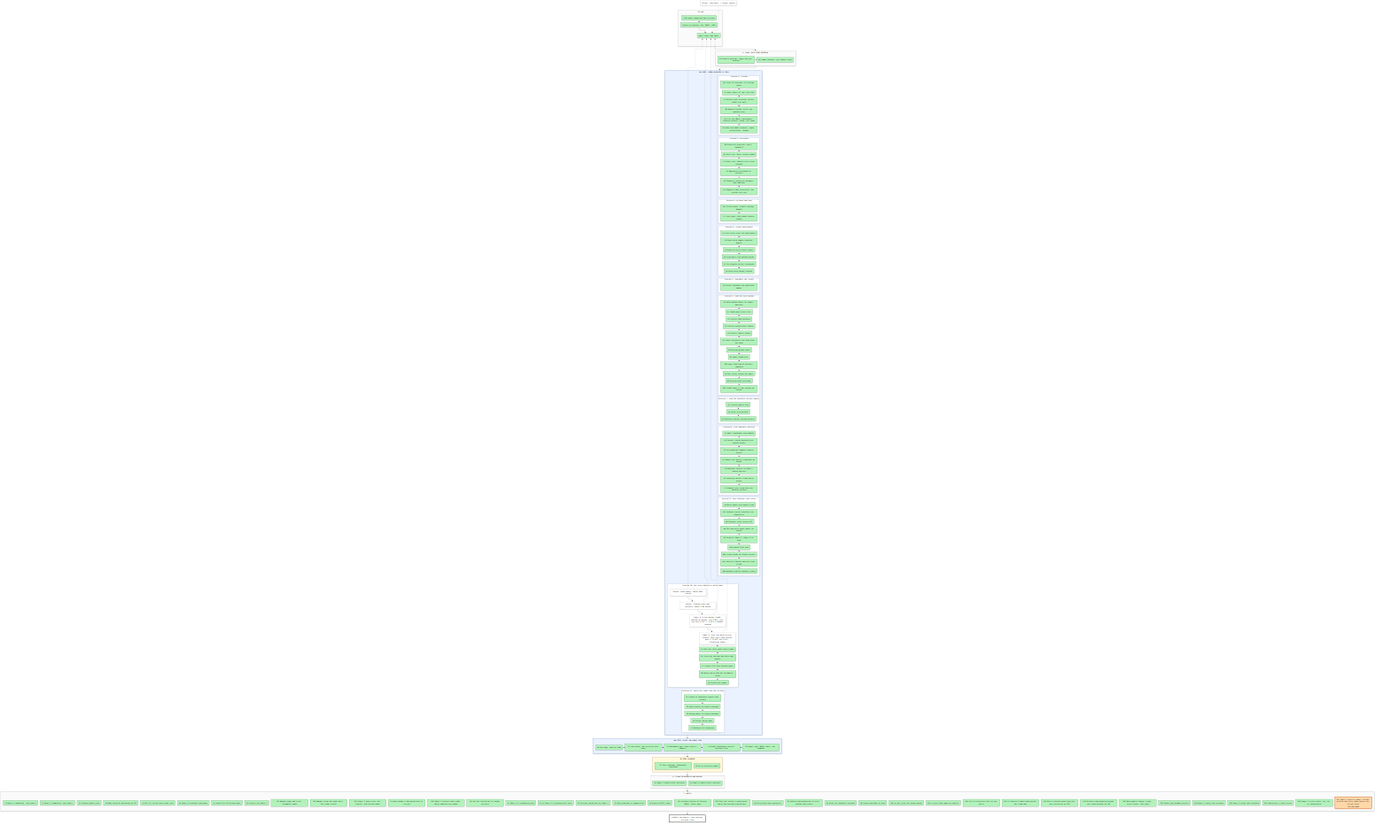
Before: artifacts/notes/progress/map.png, a diagram exported from Mermaid (mo-rsa24/concept-composition). Its source is kept beside it as artifacts/notes/progress/map.mmd.
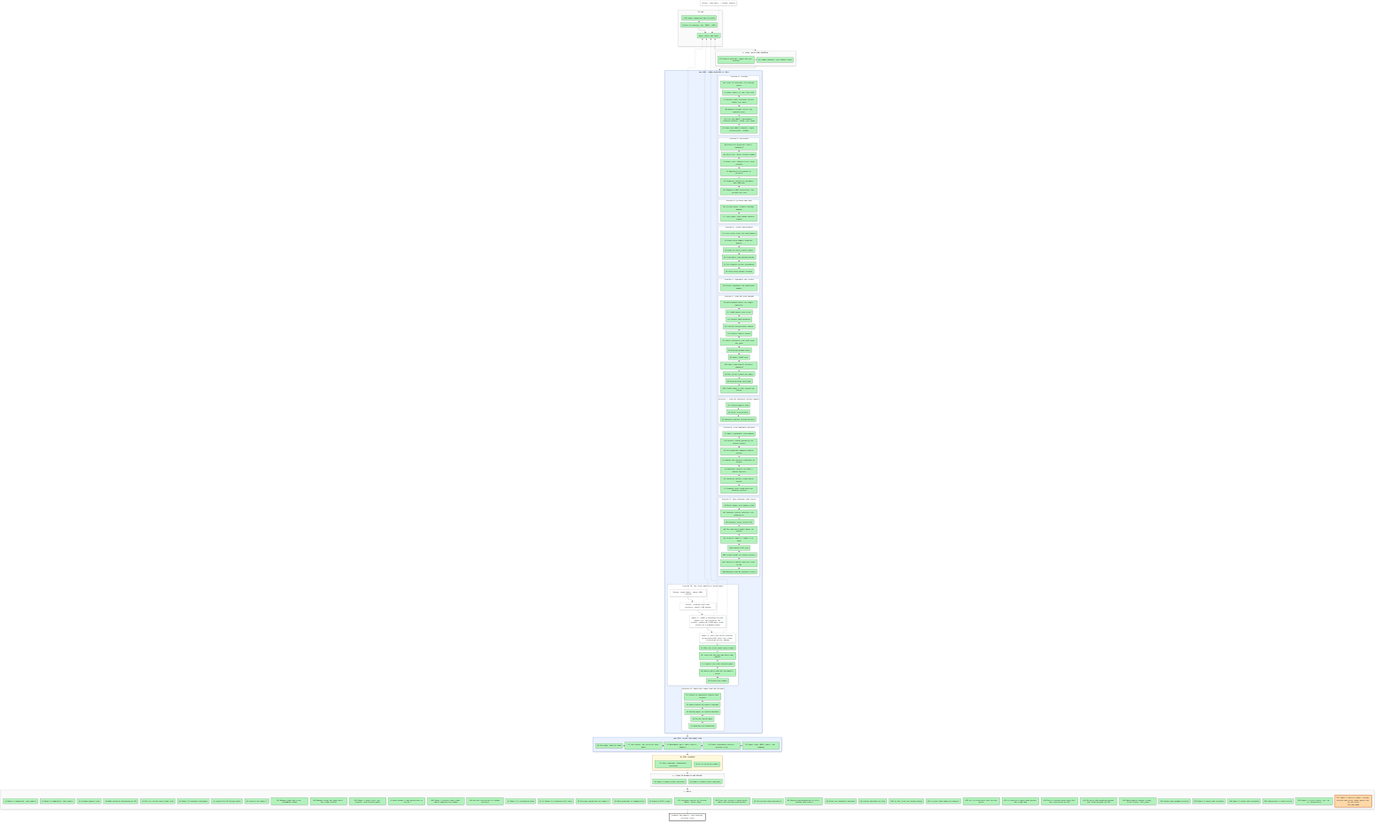
Above is the later version.

Commit message:
Supervisor and map: CLEVR A on touching scenes 376 of 626; 3,000 joint renders on bigbatch; Paper 2 dial checks started

Change to the diagram source:
```diff
@@ -80,8 +80,8 @@
   X0["Detour: idea walk, 7 claims, paused"]:::detour -.-> P2
   X1["Detour: zoom-ladder, about 430k tokens"]:::detour -.-> P2
   X2["Detour: reading route and pictures, about 1.8M tokens"]:::detour -.-> P2
-  X3["Paper 1: A the method (CLEVR 303/626 no purple, toy 0.89); fair toy test of B, C, D at A's budget running"]:::detour -.-> P2
-  X4["Paper 2: dial run waits on the cluster; mini toy's base missed gate 1 (0.870, bar 0.95), retraining longer"]:::detour -.-> P2
+  X3["Paper 1: CLEVR A touching 376/626 (paste 517) but overfits 197 scenes; rendering 3,000 more joint scenes on 6 bigbatch nodes"]:::detour -.-> P2
+  X4["Paper 2: dial run checks started on mscluster110; mini toy's base retraining on the laptop"]:::detour -.-> P2
   L1 ~~~ L2 ~~~ L3 ~~~ L4 ~~~ L5 ~~~ L6 ~~~ L7 ~~~ L8 ~~~ L9 ~~~ L10 ~~~ L11
   S0 --> SA --> LOOP --> JOIN --> CAL --> SE --> SF --> GOAL
   style S0 fill:#fafafa,stroke:#adb5bd
```
